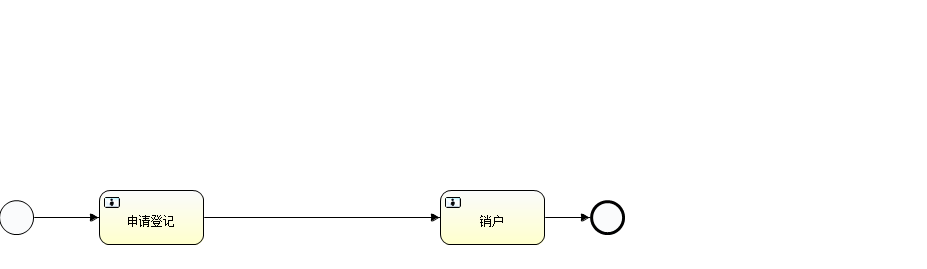
Above: src/main/resources/processes/CancelAccount.png in creSky/bem-server (BPMN), before the change. Its source is kept beside it as src/main/resources/processes/CancelAccount.bpmn. Ids are renumbered.
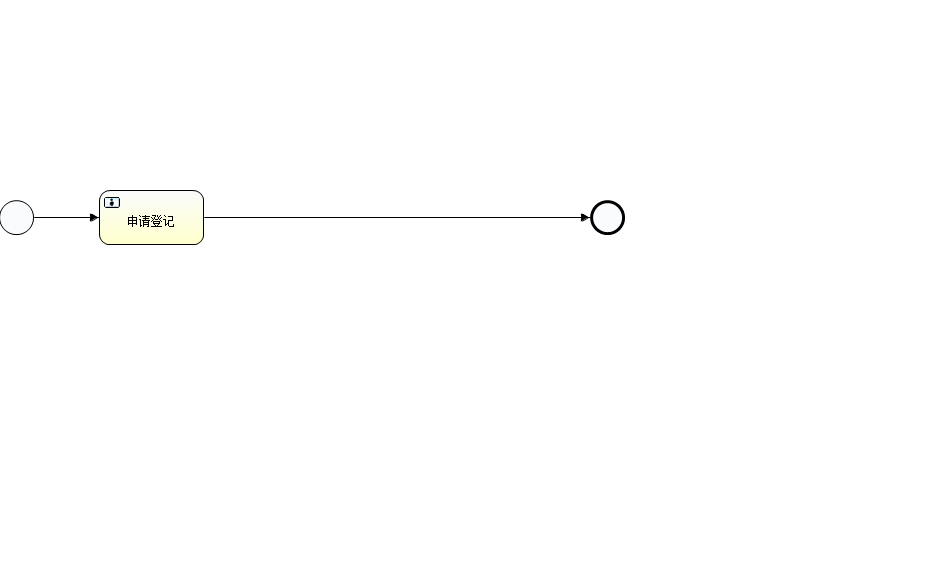
Above is the later version.

The edit, as a diff of the source:
```diff
@@ -1,44 +1,29 @@
-<definitions xmlns="http://www.omg.org/spec/BPMN/20100524/MODEL" xmlns:activiti="http://activiti.org/bpmn" xmlns:bpmndi="http://www.omg.org/spec/BPMN/20100524/DI" xmlns:omgdc="http://www.omg.org/spec/DD/20100524/DC" xmlns:omgdi="http://www.omg.org/spec/DD/20100524/DI" xmlns:tns="http://www.activiti.org/HighVoltageNew" xmlns:xsd="http://www.w3.org/2001/XMLSchema" xmlns:xsi="http://www.w3.org/2001/XMLSchema-instance" expressionLanguage="http://www.w3.org/1999/XPath" id="m1575450012268" name="" targetNamespace="http://www.activiti.org/HighVoltageNew" typeLanguage="http://www.w3.org/2001/XMLSchema">
-  <process id="CancelAccount" isClosed="false" isExecutable="true" name="销户" processType="None">
-    <startEvent id="startevent1" name="开始"/>
-    <userTask activiti:candidateGroups="10" activiti:exclusive="true" id="bem-f1-p1" name="申请登记"/>
-    <sequenceFlow id="flow2" sourceRef="startevent1" targetRef="bem-f1-p1"/>
-    <endEvent id="endevent1" name="End"/>
-    <sequenceFlow id="_2" sourceRef="bem-f1-p1" targetRef="endevent1"/>
+<definitions xmlns="http://www.omg.org/spec/BPMN/20100524/MODEL" xmlns:xsi="http://www.w3.org/2001/XMLSchema-instance" xmlns:activiti="http://activiti.org/bpmn" xmlns:bpmndi="http://www.omg.org/spec/BPMN/20100524/DI" xmlns:omgdc="http://www.omg.org/spec/DD/20100524/DC" xmlns:omgdi="http://www.omg.org/spec/DD/20100524/DI" xmlns:tns="http://www.activiti.org/HighVoltageNew" xmlns:xsd="http://www.w3.org/2001/XMLSchema" typeLanguage="http://www.w3.org/2001/XMLSchema" expressionLanguage="http://www.w3.org/1999/XPath" targetNamespace="http://www.activiti.org/HighVoltageNew">
+  <process id="CancelAccount" name="销户" isExecutable="true" isClosed="false" processType="None">
+    <startEvent id="startevent1" name="开始"></startEvent>
+    <userTask id="bem-f1-p1" name="申请登记" activiti:candidateGroups="10"></userTask>
+    <sequenceFlow id="flow2" sourceRef="startevent1" targetRef="bem-f1-p1"></sequenceFlow>
+    <endEvent id="endevent1" name="End"></endEvent>
+    <sequenceFlow id="flow3" sourceRef="bem-f1-p1" targetRef="endevent1"></sequenceFlow>
   </process>
-  <bpmndi:BPMNDiagram documentation="background=#FFFFFF;count=1;horizontalcount=1;orientation=0;width=842.4;height=1195.2;imageableWidth=832.4;imageableHeight=1185.2;imageableX=5.0;imageableY=5.0" id="Diagram-_1" name="New Diagram">
-    <bpmndi:BPMNPlane bpmnElement="CancelAccount">
-      <bpmndi:BPMNShape bpmnElement="startevent1" id="Shape-startevent1">
-        <omgdc:Bounds height="32.0" width="32.0" x="-1.0" y="200.0"/>
-        <bpmndi:BPMNLabel>
-          <omgdc:Bounds height="32.0" width="32.0" x="0.0" y="0.0"/>
-        </bpmndi:BPMNLabel>
+  <bpmndi:BPMNDiagram id="BPMNDiagram_CancelAccount">
+    <bpmndi:BPMNPlane bpmnElement="CancelAccount" id="BPMNPlane_CancelAccount">
+      <bpmndi:BPMNShape bpmnElement="startevent1" id="BPMNShape_startevent1">
+        <omgdc:Bounds height="35.0" width="35.0" x="-1.0" y="200.0"></omgdc:Bounds>
       </bpmndi:BPMNShape>
-      <bpmndi:BPMNShape bpmnElement="bem-f1-p1" id="Shape-bem-f1-p1">
-        <omgdc:Bounds height="55.0" width="105.0" x="99.0" y="190.0"/>
-        <bpmndi:BPMNLabel>
-          <omgdc:Bounds height="55.0" width="105.0" x="0.0" y="0.0"/>
-        </bpmndi:BPMNLabel>
+      <bpmndi:BPMNShape bpmnElement="bem-f1-p1" id="BPMNShape_bem-f1-p1">
+        <omgdc:Bounds height="55.0" width="105.0" x="99.0" y="190.0"></omgdc:Bounds>
       </bpmndi:BPMNShape>
-      <bpmndi:BPMNShape bpmnElement="endevent1" id="Shape-endevent1">
-        <omgdc:Bounds height="32.0" width="32.0" x="590.0" y="200.0"/>
-        <bpmndi:BPMNLabel>
-          <omgdc:Bounds height="32.0" width="32.0" x="0.0" y="0.0"/>
-        </bpmndi:BPMNLabel>
+      <bpmndi:BPMNShape bpmnElement="endevent1" id="BPMNShape_endevent1">
+        <omgdc:Bounds height="35.0" width="35.0" x="590.0" y="200.0"></omgdc:Bounds>
       </bpmndi:BPMNShape>
-      <bpmndi:BPMNEdge bpmnElement="_2" id="BPMNEdge__2" sourceElement="bem-f1-p1" targetElement="endevent1">
-        <omgdi:waypoint x="204.0" y="217.5"/>
-        <omgdi:waypoint x="590.0" y="216.0"/>
-        <bpmndi:BPMNLabel>
-          <omgdc:Bounds height="-1.0" width="-1.0" x="-1.0" y="-1.0"/>
-        </bpmndi:BPMNLabel>
+      <bpmndi:BPMNEdge bpmnElement="flow2" id="BPMNEdge_flow2">
+        <omgdi:waypoint x="34.0" y="217.0"></omgdi:waypoint>
+        <omgdi:waypoint x="99.0" y="217.0"></omgdi:waypoint>
       </bpmndi:BPMNEdge>
-      <bpmndi:BPMNEdge bpmnElement="flow2" id="BPMNEdge_flow2" sourceElement="startevent1" targetElement="bem-f1-p1">
-        <omgdi:waypoint x="31.0" y="216.0"/>
-        <omgdi:waypoint x="99.0" y="217.5"/>
-        <bpmndi:BPMNLabel>
-          <omgdc:Bounds height="-1.0" width="-1.0" x="-1.0" y="-1.0"/>
-        </bpmndi:BPMNLabel>
+      <bpmndi:BPMNEdge bpmnElement="flow3" id="BPMNEdge_flow3">
+        <omgdi:waypoint x="204.0" y="217.0"></omgdi:waypoint>
+        <omgdi:waypoint x="590.0" y="217.0"></omgdi:waypoint>
       </bpmndi:BPMNEdge>
     </bpmndi:BPMNPlane>
   </bpmndi:BPMNDiagram>
```
